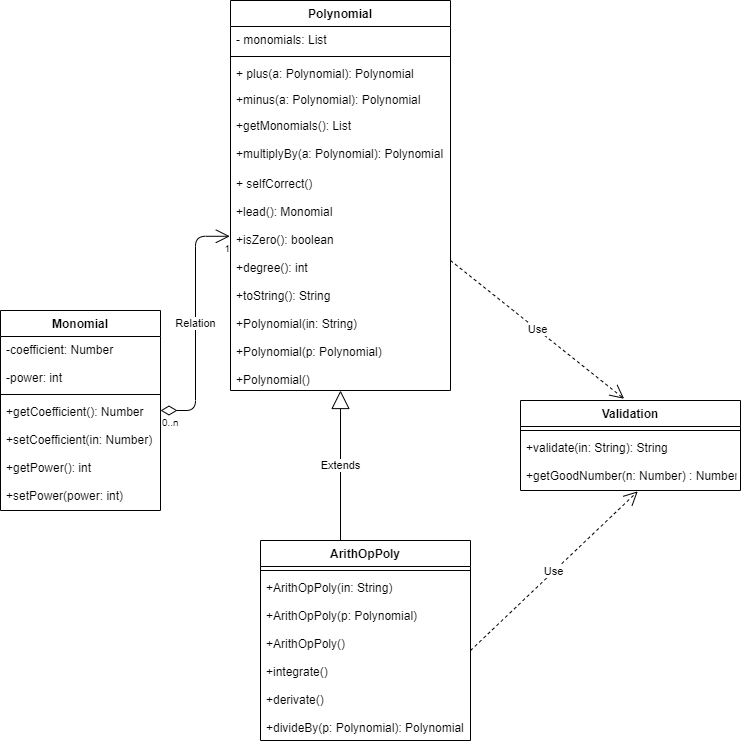
This is Untitled Diagram.png from ReapersSorrow/Projects, a draw.io export, as it was before one commit. Source tidied: cells renumbered, new cells last; positions are measured from the earlier drawing's top-left corner, leaving out a move shared by most shapes. Its diagram source:
```xml
<mxGraphModel>
  <root>
    <mxCell id="0" />
    <mxCell id="1" parent="0" />
    <mxCell id="2" value="Polynomial" style="swimlane;fontStyle=1;align=center;verticalAlign=top;horizontal=1;startSize=26;" parent="1" vertex="1">
      <mxGeometry x="230" width="220" height="390" as="geometry" />
    </mxCell>
    <mxCell id="3" value="- monomials: List" style="text;strokeColor=none;fillColor=none;align=left;verticalAlign=top;spacingLeft=4;spacingRight=4;overflow=hidden;" parent="2" vertex="1">
      <mxGeometry y="26" width="220" height="26" as="geometry" />
    </mxCell>
    <mxCell id="4" style="line;strokeWidth=1;fillColor=none;align=left;verticalAlign=middle;spacingTop=-1;spacingLeft=3;spacingRight=3;labelPosition=right;" parent="2" vertex="1">
      <mxGeometry y="52" width="220" height="8" as="geometry" />
    </mxCell>
    <mxCell id="5" value="+ plus(a: Polynomial): Polynomial" style="text;strokeColor=none;fillColor=none;align=left;verticalAlign=top;spacingLeft=4;spacingRight=4;overflow=hidden;" parent="2" vertex="1">
      <mxGeometry y="60" width="220" height="26" as="geometry" />
    </mxCell>
    <mxCell id="6" value="+minus(a: Polynomial): Polynomial" style="text;strokeColor=none;fillColor=none;align=left;verticalAlign=top;spacingLeft=4;spacingRight=4;overflow=hidden;" parent="2" vertex="1">
      <mxGeometry y="86" width="220" height="26" as="geometry" />
    </mxCell>
    <mxCell id="7" value="+getMonomials(): List" style="text;strokeColor=none;fillColor=none;align=left;verticalAlign=top;spacingLeft=4;spacingRight=4;overflow=hidden;" parent="2" vertex="1">
      <mxGeometry y="112" width="220" height="28" as="geometry" />
    </mxCell>
    <mxCell id="8" value="+multiplyBy(a: Polynomial): Polynomial" style="text;strokeColor=none;fillColor=none;align=left;verticalAlign=top;spacingLeft=4;spacingRight=4;overflow=hidden;" parent="2" vertex="1">
      <mxGeometry y="140" width="220" height="30" as="geometry" />
    </mxCell>
    <mxCell id="9" value="Use" style="endArrow=open;endSize=12;dashed=1;html=1;entryX=0.471;entryY=-0.019;entryDx=0;entryDy=0;entryPerimeter=0;" parent="2" edge="1" target="15">
      <mxGeometry relative="1" as="geometry">
        <mxPoint x="220" y="260" as="sourcePoint" />
      </mxGeometry>
    </mxCell>
    <mxCell id="10" value="+ selfCorrect()&#10;&#10;+lead(): Monomial&#10;&#10;+isZero(): boolean&#10;&#10;+degree(): int&#10;&#10;+toString(): String&#10;&#10;+Polynomial(in: String)&#10;&#10;+Polynomial(p: Polynomial)&#10;&#10;+Polynomial()" style="text;strokeColor=none;fillColor=none;align=left;verticalAlign=top;spacingLeft=4;spacingRight=4;overflow=hidden;points=[[0,0.5],[1,0.5]];portConstraint=eastwest;" parent="2" vertex="1">
      <mxGeometry y="170" width="220" height="220" as="geometry" />
    </mxCell>
    <mxCell id="11" value="Extends" style="endArrow=block;endSize=16;endFill=0;html=1;exitX=0.381;exitY=0;exitDx=0;exitDy=0;exitPerimeter=0;" parent="1" edge="1" source="12" target="10">
      <mxGeometry relative="1" as="geometry" />
    </mxCell>
    <mxCell id="12" value="ArithOpPoly" style="swimlane;fontStyle=1;align=center;verticalAlign=top;horizontal=1;startSize=26;" parent="1" vertex="1">
      <mxGeometry x="260" y="540" width="210" height="200" as="geometry" />
    </mxCell>
    <mxCell id="13" style="line;strokeWidth=1;fillColor=none;align=left;verticalAlign=middle;spacingTop=-1;spacingLeft=3;spacingRight=3;labelPosition=right;" parent="12" vertex="1">
      <mxGeometry y="26" width="210" height="8" as="geometry" />
    </mxCell>
    <mxCell id="14" value="+ArithOpPoly(in: String)&#10;&#10;+ArithOpPoly(p: Polynomial)&#10;&#10;+ArithOpPoly()&#10;&#10;+integrate()&#10;&#10;+derivate()&#10;&#10;+divideBy(p: Polynomial): Polynomial" style="text;strokeColor=none;fillColor=none;align=left;verticalAlign=top;spacingLeft=4;spacingRight=4;overflow=hidden;points=[[0,0.5],[1,0.5]];portConstraint=eastwest;" parent="12" vertex="1">
      <mxGeometry y="34" width="210" height="166" as="geometry" />
    </mxCell>
    <mxCell id="15" value="Validation" style="swimlane;fontStyle=1;align=center;verticalAlign=top;horizontal=1;startSize=26;" parent="1" vertex="1">
      <mxGeometry x="520" y="400" width="220" height="90" as="geometry" />
    </mxCell>
    <mxCell id="16" style="line;strokeWidth=1;fillColor=none;align=left;verticalAlign=middle;spacingTop=-1;spacingLeft=3;spacingRight=3;labelPosition=right;" parent="15" vertex="1">
      <mxGeometry y="26" width="220" height="8" as="geometry" />
    </mxCell>
    <mxCell id="17" value="+validate(in: String): String&#10;&#10;+getGoodNumber(n: Number) : Number" style="text;strokeColor=none;fillColor=none;align=left;verticalAlign=top;spacingLeft=4;spacingRight=4;overflow=hidden;points=[[0,0.5],[1,0.5]];portConstraint=eastwest;" parent="15" vertex="1">
      <mxGeometry y="34" width="220" height="56" as="geometry" />
    </mxCell>
    <mxCell id="18" value="Use" style="endArrow=open;endSize=12;dashed=1;html=1;exitX=1;exitY=0.458;exitDx=0;exitDy=0;exitPerimeter=0;entryX=0.533;entryY=1.015;entryDx=0;entryDy=0;entryPerimeter=0;" parent="1" edge="1" source="14" target="17">
      <mxGeometry relative="1" as="geometry" />
    </mxCell>
    <mxCell id="19" value="Monomial&#10;" style="swimlane;fontStyle=1;align=center;verticalAlign=top;horizontal=1;startSize=26;" parent="1" vertex="1">
      <mxGeometry y="310" width="160" height="200" as="geometry" />
    </mxCell>
    <mxCell id="20" value="-coefficient: Number&#10;&#10;-power: int" style="text;strokeColor=none;fillColor=none;align=left;verticalAlign=top;spacingLeft=4;spacingRight=4;overflow=hidden;" parent="19" vertex="1">
      <mxGeometry y="26" width="160" height="54" as="geometry" />
    </mxCell>
    <mxCell id="21" style="line;strokeWidth=1;fillColor=none;align=left;verticalAlign=middle;spacingTop=-1;spacingLeft=3;spacingRight=3;labelPosition=right;" parent="19" vertex="1">
      <mxGeometry y="80" width="160" height="8" as="geometry" />
    </mxCell>
    <mxCell id="22" value="+getCoefficient(): Number&#10;&#10;+setCoefficient(in: Number)&#10;&#10;+getPower(): int&#10;&#10;+setPower(power: int)" style="text;strokeColor=none;fillColor=none;align=left;verticalAlign=top;spacingLeft=4;spacingRight=4;overflow=hidden;points=[[0,0.5],[1,0.5]];portConstraint=eastwest;" parent="19" vertex="1">
      <mxGeometry y="88" width="160" height="112" as="geometry" />
    </mxCell>
    <mxCell id="23" value="Relation" style="endArrow=open;html=1;endSize=12;startArrow=diamondThin;startSize=14;startFill=0;edgeStyle=orthogonalEdgeStyle;entryX=-0.003;entryY=0.299;entryDx=0;entryDy=0;entryPerimeter=0;" parent="1" edge="1" source="19" target="10">
      <mxGeometry relative="1" as="geometry" />
    </mxCell>
    <mxCell id="24" value="0..n" style="html=1;align=left;verticalAlign=top;labelBackgroundColor=#ffffff;fontSize=10;" parent="23" vertex="1">
      <mxGeometry x="-1" relative="1" as="geometry" />
    </mxCell>
    <mxCell id="25" value="1" style="html=1;align=right;verticalAlign=top;labelBackgroundColor=#ffffff;fontSize=10;" parent="23" vertex="1">
      <mxGeometry x="1" relative="1" as="geometry" />
    </mxCell>
  </root>
</mxGraphModel>
```
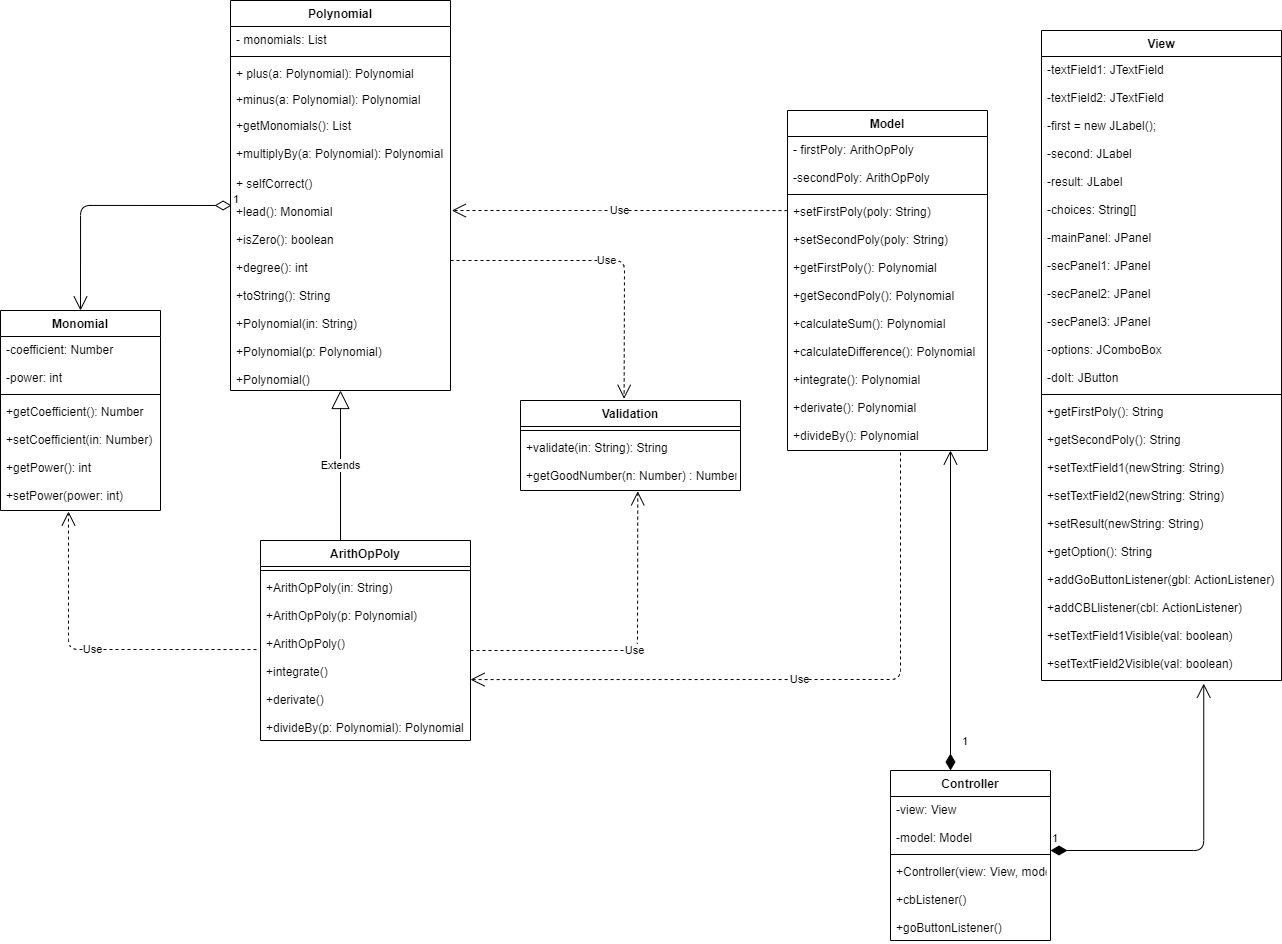
After the change.

The edit, as a diff of the source:
```diff
@@ -26,6 +26,9 @@
     <mxCell id="9" value="Use" style="endArrow=open;endSize=12;dashed=1;html=1;entryX=0.471;entryY=-0.019;entryDx=0;entryDy=0;entryPerimeter=0;" parent="2" edge="1" target="15">
       <mxGeometry relative="1" as="geometry">
         <mxPoint x="220" y="260" as="sourcePoint" />
+        <Array as="points">
+          <mxPoint x="394" y="260" />
+        </Array>
       </mxGeometry>
     </mxCell>
     <mxCell id="10" value="+ selfCorrect()&#10;&#10;+lead(): Monomial&#10;&#10;+isZero(): boolean&#10;&#10;+degree(): int&#10;&#10;+toString(): String&#10;&#10;+Polynomial(in: String)&#10;&#10;+Polynomial(p: Polynomial)&#10;&#10;+Polynomial()" style="text;strokeColor=none;fillColor=none;align=left;verticalAlign=top;spacingLeft=4;spacingRight=4;overflow=hidden;points=[[0,0.5],[1,0.5]];portConstraint=eastwest;" parent="2" vertex="1">
@@ -53,7 +56,11 @@
       <mxGeometry y="34" width="220" height="56" as="geometry" />
     </mxCell>
     <mxCell id="18" value="Use" style="endArrow=open;endSize=12;dashed=1;html=1;exitX=1;exitY=0.458;exitDx=0;exitDy=0;exitPerimeter=0;entryX=0.533;entryY=1.015;entryDx=0;entryDy=0;entryPerimeter=0;" parent="1" edge="1" source="14" target="17">
-      <mxGeometry relative="1" as="geometry" />
+      <mxGeometry relative="1" as="geometry">
+        <Array as="points">
+          <mxPoint x="637" y="650" />
+        </Array>
+      </mxGeometry>
     </mxCell>
     <mxCell id="19" value="Monomial&#10;" style="swimlane;fontStyle=1;align=center;verticalAlign=top;horizontal=1;startSize=26;" parent="1" vertex="1">
       <mxGeometry y="310" width="160" height="200" as="geometry" />
@@ -67,14 +74,85 @@
     <mxCell id="22" value="+getCoefficient(): Number&#10;&#10;+setCoefficient(in: Number)&#10;&#10;+getPower(): int&#10;&#10;+setPower(power: int)" style="text;strokeColor=none;fillColor=none;align=left;verticalAlign=top;spacingLeft=4;spacingRight=4;overflow=hidden;points=[[0,0.5],[1,0.5]];portConstraint=eastwest;" parent="19" vertex="1">
       <mxGeometry y="88" width="160" height="112" as="geometry" />
     </mxCell>
-    <mxCell id="23" value="Relation" style="endArrow=open;html=1;endSize=12;startArrow=diamondThin;startSize=14;startFill=0;edgeStyle=orthogonalEdgeStyle;entryX=-0.003;entryY=0.299;entryDx=0;entryDy=0;entryPerimeter=0;" parent="1" edge="1" source="19" target="10">
-      <mxGeometry relative="1" as="geometry" />
-    </mxCell>
-    <mxCell id="24" value="0..n" style="html=1;align=left;verticalAlign=top;labelBackgroundColor=#ffffff;fontSize=10;" parent="23" vertex="1">
-      <mxGeometry x="-1" relative="1" as="geometry" />
-    </mxCell>
-    <mxCell id="25" value="1" style="html=1;align=right;verticalAlign=top;labelBackgroundColor=#ffffff;fontSize=10;" parent="23" vertex="1">
-      <mxGeometry x="1" relative="1" as="geometry" />
-    </mxCell>
+    <mxCell id="26" value="1" style="endArrow=open;html=1;endSize=12;startArrow=diamondThin;startSize=14;startFill=0;edgeStyle=orthogonalEdgeStyle;align=left;verticalAlign=bottom;exitX=0.005;exitY=0.159;exitDx=0;exitDy=0;exitPerimeter=0;entryX=0.5;entryY=0;entryDx=0;entryDy=0;" parent="1" edge="1" source="10" target="19">
+      <mxGeometry x="-1" y="3" relative="1" as="geometry">
+        <Array as="points">
+          <mxPoint x="80" y="205" />
+        </Array>
+      </mxGeometry>
+    </mxCell>
+    <mxCell id="27" value="Use" style="endArrow=open;endSize=12;dashed=1;html=1;exitX=-0.019;exitY=0.452;exitDx=0;exitDy=0;exitPerimeter=0;entryX=0.425;entryY=1.009;entryDx=0;entryDy=0;entryPerimeter=0;" parent="1" edge="1" source="14" target="22">
+      <mxGeometry relative="1" as="geometry">
+        <Array as="points">
+          <mxPoint x="68" y="649" />
+        </Array>
+      </mxGeometry>
+    </mxCell>
+    <mxCell id="28" value="Use" style="endArrow=open;endSize=12;dashed=1;html=1;entryX=1.006;entryY=0.182;entryDx=0;entryDy=0;entryPerimeter=0;exitX=0;exitY=0.048;exitDx=0;exitDy=0;exitPerimeter=0;" parent="1" edge="1" source="33" target="10">
+      <mxGeometry relative="1" as="geometry">
+        <Array as="points">
+          <mxPoint x="590" y="210" />
+        </Array>
+      </mxGeometry>
+    </mxCell>
+    <mxCell id="29" value="Use" style="endArrow=open;endSize=12;dashed=1;html=1;exitX=0.565;exitY=1.008;exitDx=0;exitDy=0;exitPerimeter=0;entryX=1;entryY=0.633;entryDx=0;entryDy=0;entryPerimeter=0;" parent="1" edge="1" source="33" target="14">
+      <mxGeometry relative="1" as="geometry">
+        <Array as="points">
+          <mxPoint x="900" y="679" />
+        </Array>
+      </mxGeometry>
+    </mxCell>
+    <mxCell id="30" value="Model" style="swimlane;fontStyle=1;align=center;verticalAlign=top;horizontal=1;startSize=26;" parent="1" vertex="1">
+      <mxGeometry x="787" y="110" width="200" height="340" as="geometry" />
+    </mxCell>
+    <mxCell id="31" value="- firstPoly: ArithOpPoly&#10;&#10;-secondPoly: ArithOpPoly" style="text;strokeColor=none;fillColor=none;align=left;verticalAlign=top;spacingLeft=4;spacingRight=4;overflow=hidden;" parent="30" vertex="1">
+      <mxGeometry y="26" width="200" height="54" as="geometry" />
+    </mxCell>
+    <mxCell id="32" style="line;strokeWidth=1;fillColor=none;align=left;verticalAlign=middle;spacingTop=-1;spacingLeft=3;spacingRight=3;labelPosition=right;" parent="30" vertex="1">
+      <mxGeometry y="80" width="200" height="8" as="geometry" />
+    </mxCell>
+    <mxCell id="33" value="+setFirstPoly(poly: String)&#10;&#10;+setSecondPoly(poly: String)&#10;&#10;+getFirstPoly(): Polynomial&#10;&#10;+getSecondPoly(): Polynomial&#10;&#10;+calculateSum(): Polynomial&#10;&#10;+calculateDifference(): Polynomial&#10;&#10;+integrate(): Polynomial&#10;&#10;+derivate(): Polynomial&#10;&#10;+divideBy(): Polynomial" style="text;strokeColor=none;fillColor=none;align=left;verticalAlign=top;spacingLeft=4;spacingRight=4;overflow=hidden;points=[[0,0.5],[1,0.5]];portConstraint=eastwest;" parent="30" vertex="1">
+      <mxGeometry y="88" width="200" height="252" as="geometry" />
+    </mxCell>
+    <mxCell id="34" value="View" style="swimlane;fontStyle=1;align=center;verticalAlign=top;horizontal=1;startSize=26;" parent="1" vertex="1">
+      <mxGeometry x="1041" y="30" width="240" height="650" as="geometry" />
+    </mxCell>
+    <mxCell id="35" value="-textField1: JTextField&#10;&#10;-textField2: JTextField&#10;&#10;-first = new JLabel();&#10;&#10;-second: JLabel&#10;&#10;-result: JLabel&#10;&#10;-choices: String[]&#10;&#10;-mainPanel: JPanel&#10;&#10;-secPanel1: JPanel&#10;&#10;-secPanel2: JPanel&#10;&#10;-secPanel3: JPanel&#10;&#10;-options: JComboBox&#10;&#10;-doIt: JButton" style="text;strokeColor=none;fillColor=none;align=left;verticalAlign=top;spacingLeft=4;spacingRight=4;overflow=hidden;" parent="34" vertex="1">
+      <mxGeometry y="26" width="240" height="334" as="geometry" />
+    </mxCell>
+    <mxCell id="36" style="line;strokeWidth=1;fillColor=none;align=left;verticalAlign=middle;spacingTop=-1;spacingLeft=3;spacingRight=3;labelPosition=right;" parent="34" vertex="1">
+      <mxGeometry y="360" width="240" height="8" as="geometry" />
+    </mxCell>
+    <mxCell id="37" value="+getFirstPoly(): String&#10;&#10;+getSecondPoly(): String&#10;&#10;+setTextField1(newString: String)&#10;&#10;+setTextField2(newString: String)&#10;&#10;+setResult(newString: String)&#10;&#10;+getOption(): String&#10;&#10;+addGoButtonListener(gbl: ActionListener)&#10;&#10;+addCBLlistener(cbl: ActionListener)&#10;&#10;+setTextField1Visible(val: boolean)&#10;&#10;+setTextField2Visible(val: boolean)" style="text;strokeColor=none;fillColor=none;align=left;verticalAlign=top;spacingLeft=4;spacingRight=4;overflow=hidden;points=[[0,0.5],[1,0.5]];portConstraint=eastwest;" parent="34" vertex="1">
+      <mxGeometry y="368" width="240" height="282" as="geometry" />
+    </mxCell>
+    <mxCell id="38" value="Controller" style="swimlane;fontStyle=1;align=center;verticalAlign=top;horizontal=1;startSize=26;" parent="1" vertex="1">
+      <mxGeometry x="890" y="770" width="160" height="170" as="geometry" />
+    </mxCell>
+    <mxCell id="39" value="-view: View&#10;&#10;-model: Model" style="text;strokeColor=none;fillColor=none;align=left;verticalAlign=top;spacingLeft=4;spacingRight=4;overflow=hidden;" parent="38" vertex="1">
+      <mxGeometry y="26" width="160" height="54" as="geometry" />
+    </mxCell>
+    <mxCell id="40" style="line;strokeWidth=1;fillColor=none;align=left;verticalAlign=middle;spacingTop=-1;spacingLeft=3;spacingRight=3;labelPosition=right;" parent="38" vertex="1">
+      <mxGeometry y="80" width="160" height="8" as="geometry" />
+    </mxCell>
+    <mxCell id="41" value="+Controller(view: View, model: Model)&#10;&#10;+cbListener()&#10;&#10;+goButtonListener()" style="text;strokeColor=none;fillColor=none;align=left;verticalAlign=top;spacingLeft=4;spacingRight=4;overflow=hidden;" parent="38" vertex="1">
+      <mxGeometry y="88" width="160" height="82" as="geometry" />
+    </mxCell>
+    <mxCell id="42" value="1" style="endArrow=open;html=1;endSize=12;startArrow=diamondThin;startSize=14;startFill=1;edgeStyle=orthogonalEdgeStyle;align=left;verticalAlign=bottom;entryX=0.815;entryY=1;entryDx=0;entryDy=0;entryPerimeter=0;" parent="1" edge="1" target="33">
+      <mxGeometry x="-0.88" y="-10" relative="1" as="geometry">
+        <mxPoint x="950" y="770" as="sourcePoint" />
+        <Array as="points">
+          <mxPoint x="950" y="770" />
+        </Array>
+      </mxGeometry>
+    </mxCell>
+    <mxCell id="43" value="1" style="endArrow=open;html=1;endSize=12;startArrow=diamondThin;startSize=14;startFill=1;edgeStyle=orthogonalEdgeStyle;align=left;verticalAlign=bottom;entryX=0.676;entryY=1.011;entryDx=0;entryDy=0;entryPerimeter=0;" parent="1" edge="1" target="37">
+      <mxGeometry x="-1" y="3" relative="1" as="geometry">
+        <mxPoint x="1050" y="850" as="sourcePoint" />
+        <Array as="points">
+          <mxPoint x="1203" y="850" />
+        </Array>
+      </mxGeometry>
+    </mxCell>
   </root>
 </mxGraphModel>
```
